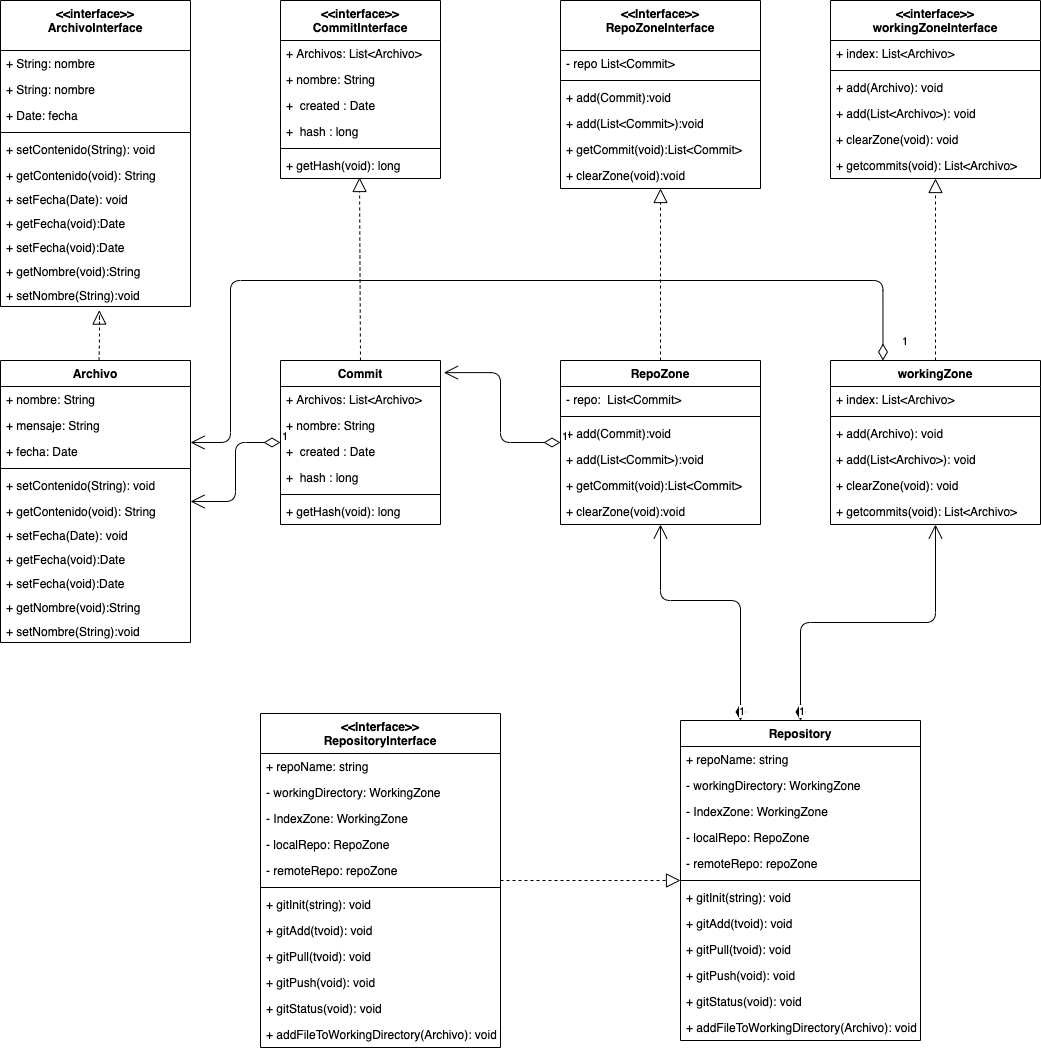
Earlier version of the draw.io export umlsolucion.png (RodrigoMardones/laboratorio3). Source tidied: cells renumbered, new cells last; positions are measured from the earlier drawing's top-left corner, leaving out a move shared by most shapes.
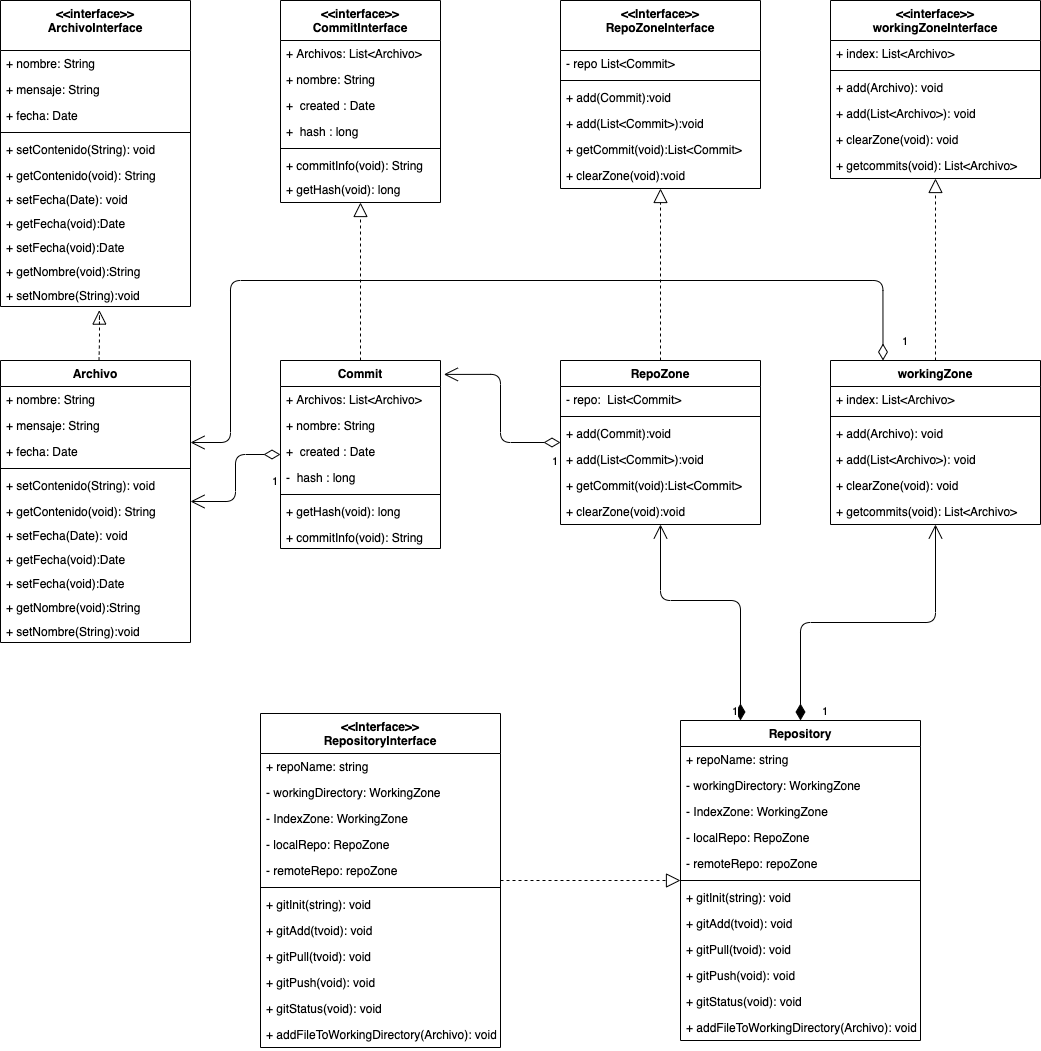
After the change.

Commit message:
detalles en diagrama y otros

What changed in the source:
```diff
@@ -5,13 +5,13 @@
     <mxCell id="2" value="&lt;&lt;interface&gt;&gt;&#10;ArchivoInterface&#10;" style="swimlane;fontStyle=1;align=center;verticalAlign=top;horizontal=1;startSize=50;" parent="1" vertex="1">
       <mxGeometry width="190" height="306" as="geometry" />
     </mxCell>
-    <mxCell id="3" value="+ String: nombre" style="text;strokeColor=none;fillColor=none;align=left;verticalAlign=top;spacingLeft=4;spacingRight=4;overflow=hidden;" parent="2" vertex="1">
+    <mxCell id="3" value="+ nombre: String" style="text;strokeColor=none;fillColor=none;align=left;verticalAlign=top;spacingLeft=4;spacingRight=4;overflow=hidden;" parent="2" vertex="1">
       <mxGeometry y="50" width="190" height="26" as="geometry" />
     </mxCell>
-    <mxCell id="4" value="+ String: nombre" style="text;strokeColor=none;fillColor=none;align=left;verticalAlign=top;spacingLeft=4;spacingRight=4;overflow=hidden;" parent="2" vertex="1">
+    <mxCell id="4" value="+ mensaje: String" style="text;strokeColor=none;fillColor=none;align=left;verticalAlign=top;spacingLeft=4;spacingRight=4;overflow=hidden;" parent="2" vertex="1">
       <mxGeometry y="76" width="190" height="26" as="geometry" />
     </mxCell>
-    <mxCell id="5" value="+ Date: fecha" style="text;strokeColor=none;fillColor=none;align=left;verticalAlign=top;spacingLeft=4;spacingRight=4;overflow=hidden;" parent="2" vertex="1">
+    <mxCell id="5" value="+ fecha: Date" style="text;strokeColor=none;fillColor=none;align=left;verticalAlign=top;spacingLeft=4;spacingRight=4;overflow=hidden;" parent="2" vertex="1">
       <mxGeometry y="102" width="190" height="26" as="geometry" />
     </mxCell>
     <mxCell id="6" style="line;strokeWidth=1;fillColor=none;align=left;verticalAlign=middle;spacingTop=-1;spacingLeft=3;spacingRight=3;labelPosition=right;" parent="2" vertex="1">
@@ -39,7 +39,7 @@
       <mxGeometry y="282" width="190" height="24" as="geometry" />
     </mxCell>
     <mxCell id="14" value="Commit" style="swimlane;fontStyle=1;align=center;verticalAlign=top;horizontal=1;startSize=26;" parent="1" vertex="1">
-      <mxGeometry x="280" y="360" width="160" height="164" as="geometry" />
+      <mxGeometry x="280" y="360" width="160" height="188" as="geometry" />
     </mxCell>
     <mxCell id="15" value="+ Archivos: List&lt;Archivo&gt;" style="text;strokeColor=none;fillColor=none;align=left;verticalAlign=top;spacingLeft=4;spacingRight=4;overflow=hidden;" parent="14" vertex="1">
       <mxGeometry y="26" width="160" height="26" as="geometry" />
@@ -50,7 +50,7 @@
     <mxCell id="17" value="+  created : Date" style="text;strokeColor=none;fillColor=none;align=left;verticalAlign=top;spacingLeft=4;spacingRight=4;overflow=hidden;" parent="14" vertex="1">
       <mxGeometry y="78" width="160" height="26" as="geometry" />
     </mxCell>
-    <mxCell id="18" value="+  hash : long" style="text;strokeColor=none;fillColor=none;align=left;verticalAlign=top;spacingLeft=4;spacingRight=4;overflow=hidden;" parent="14" vertex="1">
+    <mxCell id="18" value="-  hash : long" style="text;strokeColor=none;fillColor=none;align=left;verticalAlign=top;spacingLeft=4;spacingRight=4;overflow=hidden;" parent="14" vertex="1">
       <mxGeometry y="104" width="160" height="26" as="geometry" />
     </mxCell>
     <mxCell id="19" style="line;strokeWidth=1;fillColor=none;align=left;verticalAlign=middle;spacingTop=-1;spacingLeft=3;spacingRight=3;labelPosition=right;" parent="14" vertex="1">
@@ -59,6 +59,9 @@
     <mxCell id="20" value="+ getHash(void): long" style="text;strokeColor=none;fillColor=none;align=left;verticalAlign=top;spacingLeft=4;spacingRight=4;overflow=hidden;" parent="14" vertex="1">
       <mxGeometry y="138" width="160" height="26" as="geometry" />
     </mxCell>
+    <mxCell id="104" value="+ commitInfo(void): String" style="text;strokeColor=none;fillColor=none;align=left;verticalAlign=top;spacingLeft=4;spacingRight=4;overflow=hidden;" parent="14" vertex="1">
+      <mxGeometry y="164" width="160" height="24" as="geometry" />
+    </mxCell>
     <mxCell id="21" style="endArrow=block;dashed=1;endFill=0;endSize=12;html=1;entryX=0.52;entryY=1.15;entryDx=0;entryDy=0;entryPerimeter=0;exitX=0.5;exitY=0;exitDx=0;exitDy=0;" parent="1" edge="1" source="22" target="13">
       <mxGeometry relative="1" as="geometry">
         <Array as="points">
@@ -103,13 +106,11 @@
     <mxCell id="33" value="+ setNombre(String):void" style="text;strokeColor=none;fillColor=none;align=left;verticalAlign=top;spacingLeft=4;spacingRight=4;overflow=hidden;" parent="22" vertex="1">
       <mxGeometry y="258" width="190" height="24" as="geometry" />
     </mxCell>
-    <mxCell id="34" style="endArrow=block;dashed=1;endFill=0;endSize=12;html=1;exitX=0.5;exitY=0;exitDx=0;exitDy=0;" parent="1" edge="1" source="14">
-      <mxGeometry relative="1" as="geometry">
-        <mxPoint x="359" y="177" as="targetPoint" />
-      </mxGeometry>
+    <mxCell id="34" style="endArrow=block;dashed=1;endFill=0;endSize=12;html=1;exitX=0.5;exitY=0;exitDx=0;exitDy=0;" parent="1" edge="1" source="14" target="41">
+      <mxGeometry relative="1" as="geometry" />
     </mxCell>
     <mxCell id="35" value="&lt;&lt;interface&gt;&gt;&#10;CommitInterface" style="swimlane;fontStyle=1;align=center;verticalAlign=top;horizontal=1;startSize=40;" parent="1" vertex="1">
-      <mxGeometry x="280" width="160" height="178" as="geometry" />
+      <mxGeometry x="280" width="160" height="202" as="geometry" />
     </mxCell>
     <mxCell id="36" value="+ Archivos: List&lt;Archivo&gt;" style="text;strokeColor=none;fillColor=none;align=left;verticalAlign=top;spacingLeft=4;spacingRight=4;overflow=hidden;" parent="35" vertex="1">
       <mxGeometry y="40" width="160" height="26" as="geometry" />
@@ -126,8 +127,11 @@
     <mxCell id="40" style="line;strokeWidth=1;fillColor=none;align=left;verticalAlign=middle;spacingTop=-1;spacingLeft=3;spacingRight=3;labelPosition=right;" parent="35" vertex="1">
       <mxGeometry y="144" width="160" height="8" as="geometry" />
     </mxCell>
+    <mxCell id="105" value="+ commitInfo(void): String" style="text;strokeColor=none;fillColor=none;align=left;verticalAlign=top;spacingLeft=4;spacingRight=4;overflow=hidden;" parent="35" vertex="1">
+      <mxGeometry y="152" width="160" height="24" as="geometry" />
+    </mxCell>
     <mxCell id="41" value="+ getHash(void): long" style="text;strokeColor=none;fillColor=none;align=left;verticalAlign=top;spacingLeft=4;spacingRight=4;overflow=hidden;points=[[0,0.5],[1,0.5]];portConstraint=eastwest;" parent="35" vertex="1">
-      <mxGeometry y="152" width="160" height="26" as="geometry" />
+      <mxGeometry y="176" width="160" height="26" as="geometry" />
     </mxCell>
     <mxCell id="42" value="RepoZone" style="swimlane;fontStyle=1;align=center;verticalAlign=top;horizontal=1;startSize=26;" parent="1" vertex="1">
       <mxGeometry x="560" y="360" width="200" height="164" as="geometry" />
@@ -301,10 +305,12 @@
       <mxGeometry relative="1" as="geometry" />
     </mxCell>
     <mxCell id="99" value="1" style="endArrow=open;html=1;endSize=12;startArrow=diamondThin;startSize=14;startFill=1;edgeStyle=orthogonalEdgeStyle;align=left;verticalAlign=bottom;exitX=0.5;exitY=0;exitDx=0;exitDy=0;" parent="1" edge="1" source="72" target="58">
-      <mxGeometry x="-1" y="3" relative="1" as="geometry" />
+      <mxGeometry x="-0.29" y="-98" relative="1" as="geometry">
+        <mxPoint x="-1" as="offset" />
+      </mxGeometry>
     </mxCell>
     <mxCell id="100" value="1" style="endArrow=open;html=1;endSize=12;startArrow=diamondThin;startSize=14;startFill=1;edgeStyle=orthogonalEdgeStyle;align=left;verticalAlign=bottom;" parent="1" edge="1" target="42">
-      <mxGeometry x="-1" y="3" relative="1" as="geometry">
+      <mxGeometry x="-0.06" y="120" relative="1" as="geometry">
         <mxPoint x="740" y="720" as="sourcePoint" />
         <Array as="points">
           <mxPoint x="740" y="600" />
@@ -313,10 +319,10 @@
       </mxGeometry>
     </mxCell>
     <mxCell id="101" value="1" style="endArrow=open;html=1;endSize=12;startArrow=diamondThin;startSize=14;startFill=0;edgeStyle=orthogonalEdgeStyle;align=left;verticalAlign=bottom;entryX=1.021;entryY=0.074;entryDx=0;entryDy=0;entryPerimeter=0;" parent="1" edge="1" source="42" target="14">
-      <mxGeometry x="-1" y="3" relative="1" as="geometry" />
+      <mxGeometry x="-0.89" y="28" relative="1" as="geometry" />
     </mxCell>
     <mxCell id="102" value="1" style="endArrow=open;html=1;endSize=12;startArrow=diamondThin;startSize=14;startFill=0;edgeStyle=orthogonalEdgeStyle;align=left;verticalAlign=bottom;" parent="1" edge="1" source="14" target="22">
-      <mxGeometry x="-1" y="3" relative="1" as="geometry" />
+      <mxGeometry x="0.18" y="35" relative="1" as="geometry" />
     </mxCell>
     <mxCell id="103" value="1" style="endArrow=open;html=1;endSize=12;startArrow=diamondThin;startSize=14;startFill=0;edgeStyle=orthogonalEdgeStyle;align=left;verticalAlign=bottom;exitX=0.25;exitY=0;exitDx=0;exitDy=0;" parent="1" edge="1" source="58" target="22">
       <mxGeometry x="-0.98" y="-18" relative="1" as="geometry">
```
